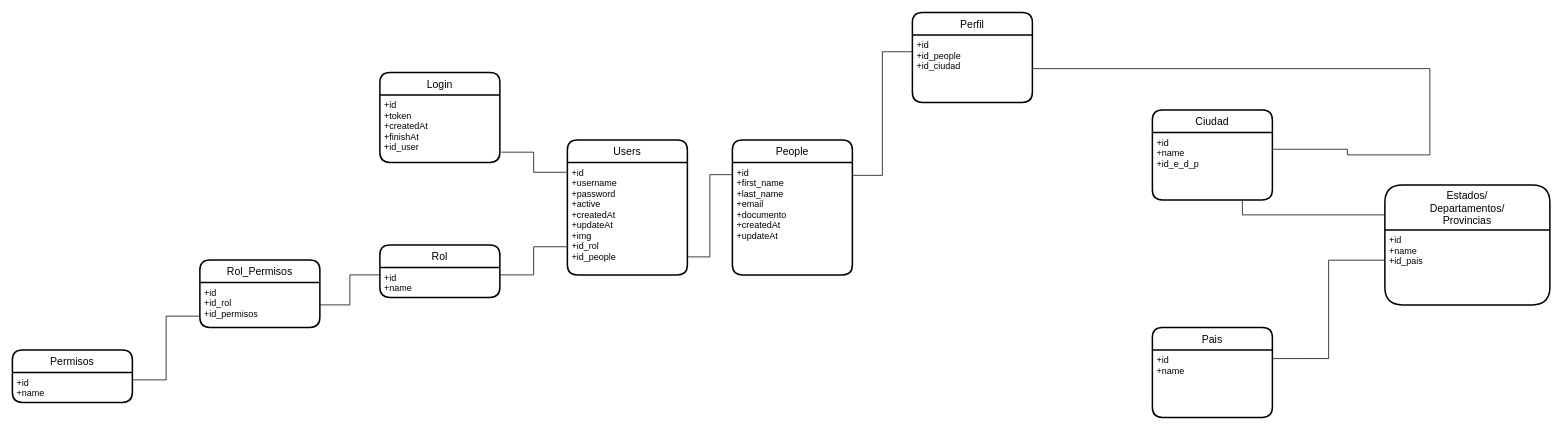
This is Travel.drawio from KitotsuMolina/Travel, a draw.io file, before an edit. Source tidied: cells renumbered, new cells numbered last; positions are measured from the earlier drawing's top-left corner, leaving out a move shared by most shapes. Both pictures are drawn from the tidied source at 75%, with x=0, y=0 at pixel (12, 12).
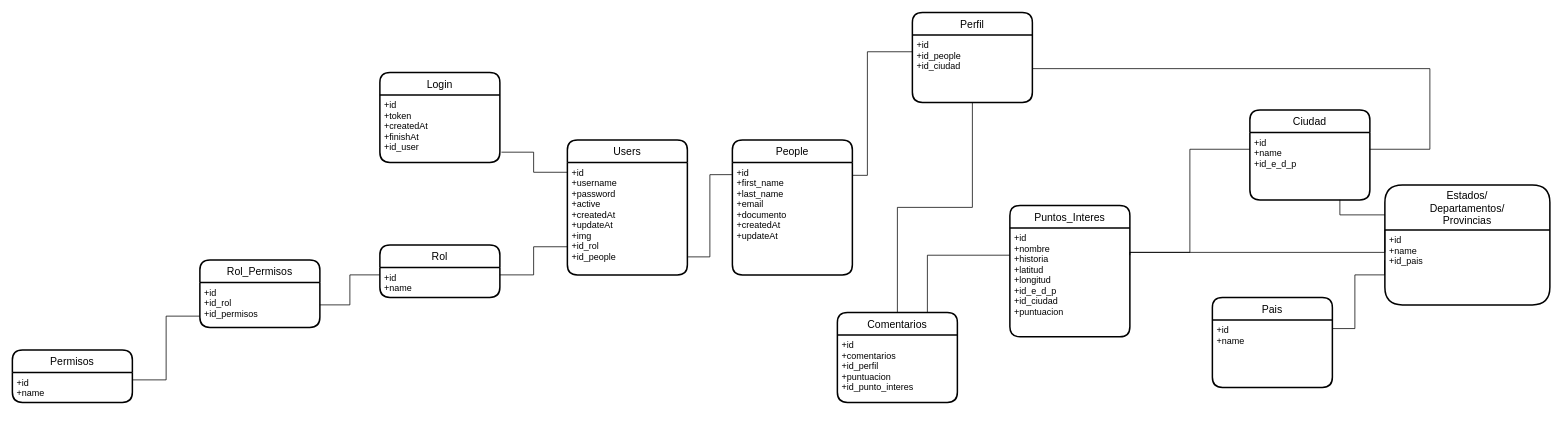
After the change.

Unchanged cells that the change refers to:
```xml
<mxCell id="5" value="+id&#10;+first_name&#10;+last_name&#10;+email&#10;+documento&#10;+createdAt&#10;+updateAt&#10;" style="align=left;strokeColor=none;fillColor=none;spacingLeft=4;fontSize=12;verticalAlign=top;" parent="4" vertex="1">
  <mxGeometry y="30" width="160" height="150" as="geometry" />
</mxCell>
<mxCell id="20" value="+id&#10;+id_people&#10;+id_ciudad" style="align=left;strokeColor=none;fillColor=none;spacingLeft=4;fontSize=12;verticalAlign=top;" parent="19" vertex="1">
  <mxGeometry y="30" width="160" height="90" as="geometry" />
</mxCell>
<mxCell id="22" value="+id&#10;+name" style="align=left;strokeColor=none;fillColor=none;spacingLeft=4;fontSize=12;verticalAlign=top;" parent="21" vertex="1">
  <mxGeometry y="30" width="160" height="90" as="geometry" />
</mxCell>
<mxCell id="24" value="+id&#10;+name&#10;+id_pais" style="align=left;strokeColor=none;fillColor=none;spacingLeft=4;fontSize=12;verticalAlign=top;" parent="23" vertex="1">
  <mxGeometry y="60" width="220" height="100" as="geometry" />
</mxCell>
<mxCell id="26" value="+id&#10;+name&#10;+id_e_d_p" style="align=left;strokeColor=none;fillColor=none;spacingLeft=4;fontSize=12;verticalAlign=top;" parent="25" vertex="1">
  <mxGeometry y="30" width="160" height="90" as="geometry" />
</mxCell>
```

Change to the diagram source:
```diff
@@
     <mxCell id="21" value="Pais" style="swimlane;horizontal=1;startSize=30;rounded=1;fontSize=14;fontStyle=0;strokeWidth=2;shadow=0;dashed=0;align=center;" parent="1" vertex="1">
-      <mxGeometry x="1520" y="420" width="160" height="120" as="geometry" />
+      <mxGeometry x="1600" y="380" width="160" height="120" as="geometry" />
     </mxCell>
@@
     <mxCell id="25" value="Ciudad" style="swimlane;horizontal=1;startSize=30;rounded=1;fontSize=14;fontStyle=0;strokeWidth=2;shadow=0;dashed=0;align=center;" parent="1" vertex="1">
-      <mxGeometry x="1520" y="130" width="160" height="120" as="geometry" />
+      <mxGeometry x="1650" y="130" width="160" height="120" as="geometry" />
     </mxCell>
@@
     <mxCell id="27" style="edgeStyle=orthogonalEdgeStyle;rounded=0;jettySize=auto;html=1;exitX=-0.002;exitY=0.404;exitDx=0;exitDy=0;entryX=1.005;entryY=0.129;entryDx=0;entryDy=0;entryPerimeter=0;exitPerimeter=0;endArrow=none;endFill=0;" parent="1" edge="1" source="24" target="22">
-      <mxGeometry relative="1" as="geometry" />
+      <mxGeometry relative="1" as="geometry">
+        <Array as="points">
+          <mxPoint x="1830" y="350" />
+          <mxPoint x="1790" y="350" />
+          <mxPoint x="1790" y="422" />
+        </Array>
+      </mxGeometry>
     </mxCell>
@@
     <mxCell id="29" style="edgeStyle=orthogonalEdgeStyle;rounded=0;jettySize=auto;html=1;exitX=0;exitY=0.25;exitDx=0;exitDy=0;entryX=1.002;entryY=0.115;entryDx=0;entryDy=0;entryPerimeter=0;endArrow=none;endFill=0;" parent="1" edge="1" source="20" target="5">
-      <mxGeometry relative="1" as="geometry" />
+      <mxGeometry relative="1" as="geometry">
+        <Array as="points">
+          <mxPoint x="1140" y="53" />
+          <mxPoint x="1140" y="217" />
+        </Array>
+      </mxGeometry>
     </mxCell>
     <mxCell id="30" style="edgeStyle=orthogonalEdgeStyle;rounded=0;jettySize=auto;html=1;exitX=1;exitY=0.25;exitDx=0;exitDy=0;entryX=1;entryY=0.5;entryDx=0;entryDy=0;startArrow=none;startFill=0;endArrow=none;endFill=0;" parent="1" edge="1" source="26" target="20">
       <mxGeometry relative="1" as="geometry">
         <Array as="points">
-          <mxPoint x="1780" y="183" />
-          <mxPoint x="1780" y="190" />
-          <mxPoint x="1890" y="190" />
+          <mxPoint x="1890" y="183" />
           <mxPoint x="1890" y="75" />
         </Array>
       </mxGeometry>
     </mxCell>
+    <mxCell id="31" value="Puntos_Interes" style="swimlane;horizontal=1;startSize=30;rounded=1;fontSize=14;fontStyle=0;strokeWidth=2;shadow=0;dashed=0;align=center;" parent="1" vertex="1">
+      <mxGeometry x="1330" y="257.5" width="160" height="175" as="geometry" />
+    </mxCell>
+    <mxCell id="32" value="+id&#10;+nombre&#10;+historia&#10;+latitud&#10;+longitud&#10;+id_e_d_p&#10;+id_ciudad&#10;+puntuacion" style="align=left;strokeColor=none;fillColor=none;spacingLeft=4;fontSize=12;verticalAlign=top;" parent="31" vertex="1">
+      <mxGeometry y="30" width="160" height="145" as="geometry" />
+    </mxCell>
+    <mxCell id="33" style="edgeStyle=orthogonalEdgeStyle;rounded=0;jettySize=auto;html=1;exitX=0;exitY=0;exitDx=0;exitDy=0;entryX=1;entryY=0.25;entryDx=0;entryDy=0;endArrow=none;endFill=0;" parent="1" edge="1" source="24" target="32">
+      <mxGeometry relative="1" as="geometry">
+        <Array as="points">
+          <mxPoint x="1830" y="320" />
+          <mxPoint x="1490" y="320" />
+        </Array>
+      </mxGeometry>
+    </mxCell>
+    <mxCell id="34" style="edgeStyle=orthogonalEdgeStyle;rounded=0;jettySize=auto;html=1;exitX=0;exitY=0.25;exitDx=0;exitDy=0;endArrow=none;endFill=0;" parent="1" edge="1" source="26">
+      <mxGeometry relative="1" as="geometry">
+        <mxPoint x="1490" y="320" as="targetPoint" />
+        <Array as="points">
+          <mxPoint x="1570" y="183" />
+          <mxPoint x="1570" y="320" />
+          <mxPoint x="1490" y="320" />
+        </Array>
+      </mxGeometry>
+    </mxCell>
+    <mxCell id="35" value="Comentarios" style="swimlane;horizontal=1;startSize=30;rounded=1;fontSize=14;fontStyle=0;strokeWidth=2;shadow=0;dashed=0;align=center;" parent="1" vertex="1">
+      <mxGeometry x="1100" y="400" width="160" height="120" as="geometry" />
+    </mxCell>
+    <mxCell id="36" value="+id&#10;+comentarios&#10;+id_perfil&#10;+puntuacion&#10;+id_punto_interes" style="align=left;strokeColor=none;fillColor=none;spacingLeft=4;fontSize=12;verticalAlign=top;" parent="35" vertex="1">
+      <mxGeometry y="30" width="160" height="90" as="geometry" />
+    </mxCell>
+    <mxCell id="37" style="edgeStyle=orthogonalEdgeStyle;rounded=0;jettySize=auto;html=1;exitX=0.5;exitY=1;exitDx=0;exitDy=0;endArrow=none;endFill=0;" parent="1" edge="1" source="20" target="35">
+      <mxGeometry relative="1" as="geometry" />
+    </mxCell>
+    <mxCell id="38" style="edgeStyle=orthogonalEdgeStyle;rounded=0;jettySize=auto;html=1;exitX=0;exitY=0.25;exitDx=0;exitDy=0;entryX=0.75;entryY=0;entryDx=0;entryDy=0;endArrow=none;endFill=0;" parent="1" edge="1" source="32" target="35">
+      <mxGeometry relative="1" as="geometry" />
+    </mxCell>
```
